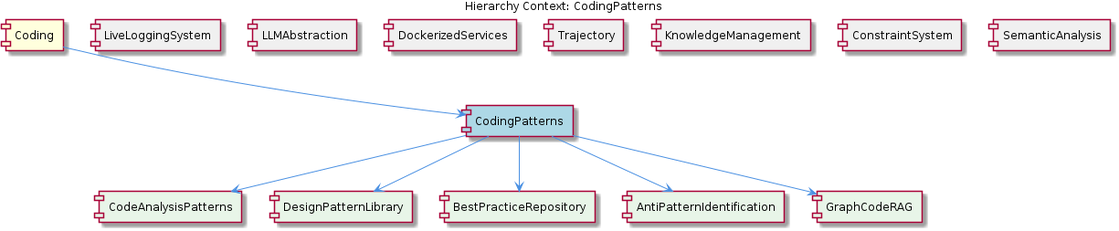
Earlier version of the PlantUML export knowledge-management/insights/images/coding-patterns-relationship.png (fwornle/coding). Its source is kept beside it as .data/knowledge-graph/insights/puml/coding-patterns-relationship.puml.
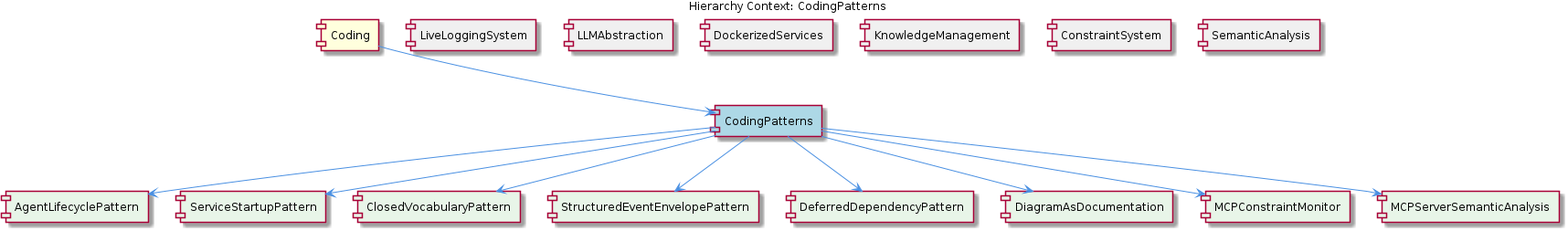
The same diagram one commit later.

The edit, as a diff of the source:
```diff
@@ -8,28 +8,32 @@
 [LiveLoggingSystem] as live_logging_system #F0F0F0
 [LLMAbstraction] as llmabstraction #F0F0F0
 [DockerizedServices] as dockerized_services #F0F0F0
-[Trajectory] as trajectory #F0F0F0
 [KnowledgeManagement] as knowledge_management #F0F0F0
 [ConstraintSystem] as constraint_system #F0F0F0
 [SemanticAnalysis] as semantic_analysis #F0F0F0
-[CodeAnalysisPatterns] as code_analysis_patterns #E8F5E8
-[DesignPatternLibrary] as design_pattern_library #E8F5E8
-[BestPracticeRepository] as best_practice_repository #E8F5E8
-[AntiPatternIdentification] as anti_pattern_identification #E8F5E8
-[GraphCodeRAG] as graph_code_rag #E8F5E8
+[AgentLifecyclePattern] as agent_lifecycle_pattern #E8F5E8
+[ServiceStartupPattern] as service_startup_pattern #E8F5E8
+[ClosedVocabularyPattern] as closed_vocabulary_pattern #E8F5E8
+[StructuredEventEnvelopePattern] as structured_event_envelope_pattern #E8F5E8
+[DeferredDependencyPattern] as deferred_dependency_pattern #E8F5E8
+[DiagramAsDocumentation] as diagram_as_documentation #E8F5E8
+[MCPConstraintMonitor] as mcpconstraint_monitor #E8F5E8
+[MCPServerSemanticAnalysis] as mcpserver_semantic_analysis #E8F5E8
 
 coding --> coding_patterns
 live_logging_system -[hidden]- coding_patterns
 llmabstraction -[hidden]- coding_patterns
 dockerized_services -[hidden]- coding_patterns
-trajectory -[hidden]- coding_patterns
 knowledge_management -[hidden]- coding_patterns
 constraint_system -[hidden]- coding_patterns
 semantic_analysis -[hidden]- coding_patterns
-coding_patterns --> code_analysis_patterns
-coding_patterns --> design_pattern_library
-coding_patterns --> best_practice_repository
-coding_patterns --> anti_pattern_identification
-coding_patterns --> graph_code_rag
+coding_patterns --> agent_lifecycle_pattern
+coding_patterns --> service_startup_pattern
+coding_patterns --> closed_vocabulary_pattern
+coding_patterns --> structured_event_envelope_pattern
+coding_patterns --> deferred_dependency_pattern
+coding_patterns --> diagram_as_documentation
+coding_patterns --> mcpconstraint_monitor
+coding_patterns --> mcpserver_semantic_analysis
 
 @enduml
```
